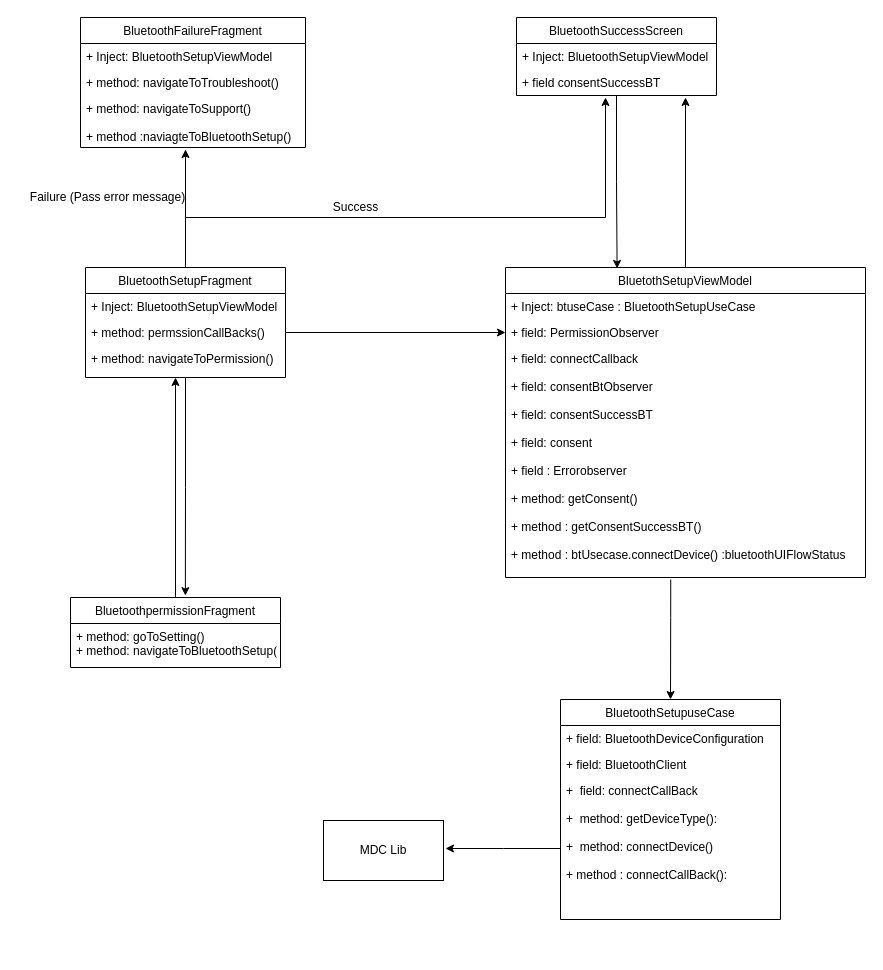
Before: page "Page-1" (1 of 2) of BluetoothSetupClass.drawio in YogeshByndoor/YogeshByndoor, a draw.io diagram. Source tidied: cells renumbered, new cells numbered last; positions are measured from the earlier drawing's top-left corner, leaving out a move shared by most shapes. Both pictures are drawn from the tidied source at 100%, with x=0, y=0 at pixel (17, 17).
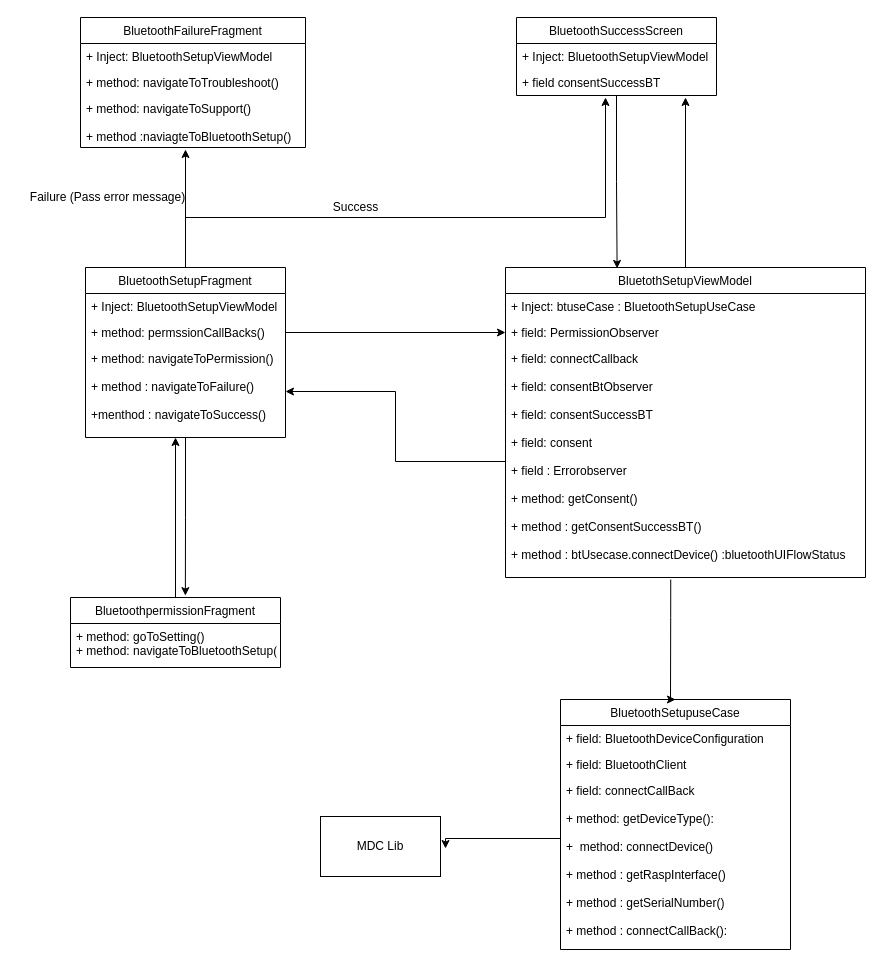
After the change.

Unchanged cells that the change refers to:
```xml
<mxCell id="13" value="+ field: connectCallback&#10;&#10;+ field: consentBtObserver&#10;&#10;+ field: consentSuccessBT&#10;&#10;+ field: consent&#10;&#10;+ field : Errorobserver&#10;&#10;+ method: getConsent()&#10;&#10;+ method : getConsentSuccessBT()&#10;  &#10;+ method : btUsecase.connectDevice() :bluetoothUIFlowStatus" style="text;strokeColor=none;fillColor=none;align=left;verticalAlign=top;spacingLeft=4;spacingRight=4;overflow=hidden;points=[[0,0.5],[1,0.5]];portConstraint=eastwest;" parent="10" vertex="1">
  <mxGeometry y="78" width="360" height="232" as="geometry" />
</mxCell>
```

The edit, as a diff of the source:
```diff
@@
     <mxCell id="5" value="BluetoothSetupFragment" style="swimlane;fontStyle=0;horizontal=1;startSize=26;fillColor=none;" parent="1" vertex="1">
-      <mxGeometry x="68" y="250" width="200" height="110" as="geometry" />
+      <mxGeometry x="68" y="250" width="200" height="170" as="geometry" />
     </mxCell>
@@
-    <mxCell id="8" value="+ method: navigateToPermission()" style="text;strokeColor=none;fillColor=none;align=left;verticalAlign=top;spacingLeft=4;spacingRight=4;overflow=hidden;points=[[0,0.5],[1,0.5]];portConstraint=eastwest;" parent="5" vertex="1">
-      <mxGeometry y="78" width="200" height="32" as="geometry" />
+    <mxCell id="8" value="+ method: navigateToPermission()&#10;&#10;+ method : navigateToFailure()&#10;&#10;+menthod : navigateToSuccess()" style="text;strokeColor=none;fillColor=none;align=left;verticalAlign=top;spacingLeft=4;spacingRight=4;overflow=hidden;points=[[0,0.5],[1,0.5]];portConstraint=eastwest;" parent="5" vertex="1">
+      <mxGeometry y="78" width="200" height="92" as="geometry" />
     </mxCell>
@@
     <mxCell id="15" value="BluetoothSetupuseCase" style="swimlane;fontStyle=0;horizontal=1;startSize=26;fillColor=none;" parent="1" vertex="1">
-      <mxGeometry x="543" y="682" width="220" height="220" as="geometry" />
+      <mxGeometry x="543" y="682" width="230" height="250" as="geometry" />
     </mxCell>
     <mxCell id="16" value="+ field: BluetoothDeviceConfiguration" style="text;strokeColor=none;fillColor=none;align=left;verticalAlign=top;spacingLeft=4;spacingRight=4;overflow=hidden;" parent="15" vertex="1">
-      <mxGeometry y="26" width="220" height="26" as="geometry" />
+      <mxGeometry y="26" width="230" height="26" as="geometry" />
     </mxCell>
     <mxCell id="17" value="+ field: BluetoothClient" style="text;strokeColor=none;fillColor=none;align=left;verticalAlign=top;spacingLeft=4;spacingRight=4;overflow=hidden;" parent="15" vertex="1">
-      <mxGeometry y="52" width="220" height="26" as="geometry" />
+      <mxGeometry y="52" width="230" height="26" as="geometry" />
     </mxCell>
-    <mxCell id="18" value="+  field: connectCallBack&#10;&#10;+  method: getDeviceType():&#10;&#10;+  method: connectDevice()&#10;&#10;+ method : connectCallBack(): &#10;&#10; &#10;" style="text;strokeColor=none;fillColor=none;align=left;verticalAlign=top;spacingLeft=4;spacingRight=4;overflow=hidden;points=[[0,0.5],[1,0.5]];portConstraint=eastwest;" parent="15" vertex="1">
-      <mxGeometry y="78" width="220" height="142" as="geometry" />
+    <mxCell id="18" value="+ field: connectCallBack&#10;&#10;+ method: getDeviceType():&#10;&#10;+  method: connectDevice()&#10;&#10;+ method : getRaspInterface()&#10;&#10;+ method : getSerialNumber()&#10;&#10;+ method : connectCallBack(): &#10;&#10; &#10;" style="text;strokeColor=none;fillColor=none;align=left;verticalAlign=top;spacingLeft=4;spacingRight=4;overflow=hidden;points=[[0,0.5],[1,0.5]];portConstraint=eastwest;" parent="15" vertex="1">
+      <mxGeometry y="78" width="230" height="172" as="geometry" />
     </mxCell>
@@
-    <mxCell id="33" style="edgeStyle=orthogonalEdgeStyle;rounded=0;jettySize=auto;html=1;" parent="1" edge="1" source="18">
+    <mxCell id="33" style="edgeStyle=orthogonalEdgeStyle;rounded=0;orthogonalLoop=1;jettySize=auto;html=1;" parent="1" edge="1">
       <mxGeometry relative="1" as="geometry">
+        <mxPoint x="543" y="821" as="sourcePoint" />
         <mxPoint x="428" y="831" as="targetPoint" />
+        <Array as="points">
+          <mxPoint x="428" y="821" />
+        </Array>
       </mxGeometry>
     </mxCell>
     <mxCell id="34" value="MDC Lib" style="whiteSpace=wrap;html=1;" parent="1" vertex="1">
-      <mxGeometry x="306" y="803" width="120" height="60" as="geometry" />
+      <mxGeometry x="303" y="799" width="120" height="60" as="geometry" />
     </mxCell>
+    <mxCell id="35" style="edgeStyle=orthogonalEdgeStyle;rounded=0;jettySize=auto;html=1;entryX=1;entryY=0.5;entryDx=0;entryDy=0;" parent="1" edge="1" source="13" target="8">
+      <mxGeometry relative="1" as="geometry" />
+    </mxCell>
```
